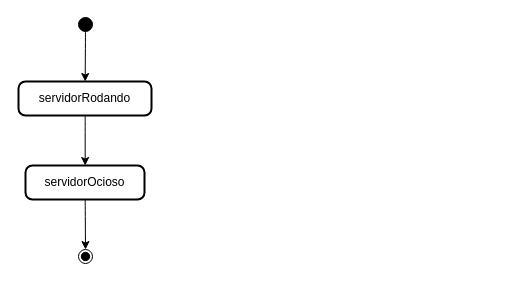
Earlier version of the draw.io diagram MonitorServerScan.drawio (eloyx3x/Diagramas). Source tidied: cells renumbered, new cells numbered last; positions are measured from the earlier drawing's top-left corner, leaving out a move shared by most shapes. Both pictures are drawn from the tidied source at 100%, with x=0, y=0 at pixel (18, 17).
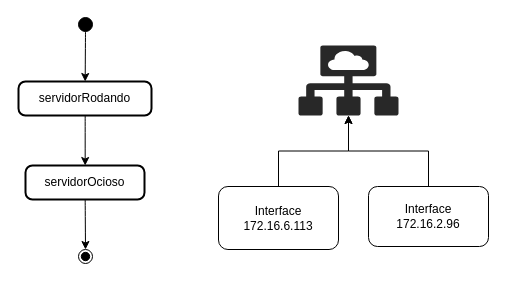
The same page after the edit.

The edit, as a diff of the source:
```diff
@@
 <mxGraphModel>
   <root>
     <mxCell id="0" />
     <mxCell id="1" parent="0" />
     <mxCell id="2" style="ellipse;fillColor=strokeColor;" parent="1" vertex="1">
       <mxGeometry x="60" width="14" height="14" as="geometry" />
     </mxCell>
     <mxCell id="3" value="servidorRodando" style="rounded=1;absoluteArcSize=1;arcSize=14;whiteSpace=wrap;strokeWidth=2;" parent="1" vertex="1">
       <mxGeometry y="64" width="133" height="34" as="geometry" />
     </mxCell>
     <mxCell id="4" value="servidorOcioso" style="rounded=1;absoluteArcSize=1;arcSize=14;whiteSpace=wrap;strokeWidth=2;" parent="1" vertex="1">
       <mxGeometry x="7" y="148" width="119" height="34" as="geometry" />
     </mxCell>
     <mxCell id="5" style="ellipse;shape=endState;fillColor=strokeColor;" parent="1" vertex="1">
       <mxGeometry x="60" y="232" width="14" height="14" as="geometry" />
     </mxCell>
     <mxCell id="6" style="curved=1;startArrow=none;exitX=0.4773810250418527;exitY=1;entryX=0.5013784537638041;entryY=0;" parent="1" edge="1" source="2" target="3">
       <mxGeometry relative="1" as="geometry" />
     </mxCell>
     <mxCell id="7" style="curved=1;startArrow=none;exitX=0.5013784537638041;exitY=1;entryX=0.5015406247948399;entryY=0;" parent="1" edge="1" source="3" target="4">
       <mxGeometry relative="1" as="geometry" />
     </mxCell>
     <mxCell id="8" style="curved=1;startArrow=none;exitX=0.5015406247948399;exitY=1;entryX=0.4773810250418527;entryY=0;" parent="1" edge="1" source="4" target="5">
       <mxGeometry relative="1" as="geometry" />
     </mxCell>
+    <mxCell id="9" style="verticalLabelPosition=bottom;sketch=0;html=1;fillColor=#282828;strokeColor=none;verticalAlign=top;align=center;shape=mxgraph.cisco_safe.security_icons.virtual_deployment;" parent="1" vertex="1">
+      <mxGeometry x="280" y="28" width="100" height="70" as="geometry" />
+    </mxCell>
+    <mxCell id="10" style="edgeStyle=orthogonalEdgeStyle;rounded=0;jettySize=auto;html=1;" parent="1" edge="1" source="11" target="9">
+      <mxGeometry relative="1" as="geometry" />
+    </mxCell>
+    <mxCell id="11" value="&lt;div&gt;Interface &lt;br&gt;&lt;/div&gt;&lt;div&gt;172.16.2.96&lt;br&gt;&lt;/div&gt;" style="rounded=1;whiteSpace=wrap;html=1;" parent="1" vertex="1">
+      <mxGeometry x="350" y="169" width="120" height="60" as="geometry" />
+    </mxCell>
+    <mxCell id="12" style="edgeStyle=orthogonalEdgeStyle;rounded=0;jettySize=auto;html=1;" parent="1" edge="1" source="13" target="9">
+      <mxGeometry relative="1" as="geometry" />
+    </mxCell>
+    <mxCell id="13" value="&lt;div&gt;Interface &lt;br&gt;&lt;/div&gt;&lt;div&gt;172.16.6.113&lt;br&gt;&lt;/div&gt;" style="rounded=1;whiteSpace=wrap;html=1;" parent="1" vertex="1">
+      <mxGeometry x="200" y="169" width="120" height="63" as="geometry" />
+    </mxCell>
   </root>
 </mxGraphModel>
```
